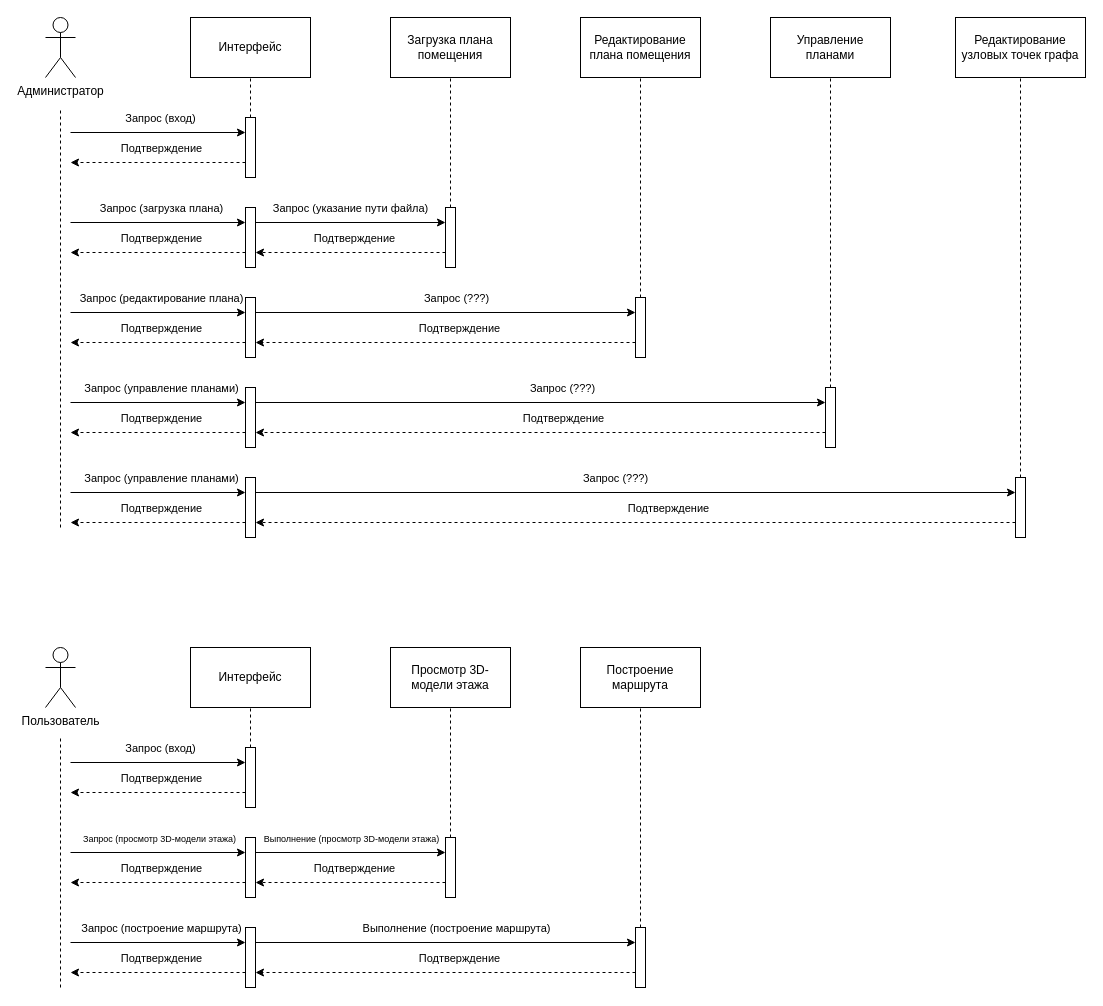
This is posled_sost.drawio from kapec2303/kartinka, a draw.io file, before an edit. Source tidied: cells renumbered, new cells numbered last; positions are measured from the earlier drawing's top-left corner, leaving out a move shared by most shapes. Both pictures are drawn from the tidied source at 100%, with x=0, y=0 at pixel (45, 17).
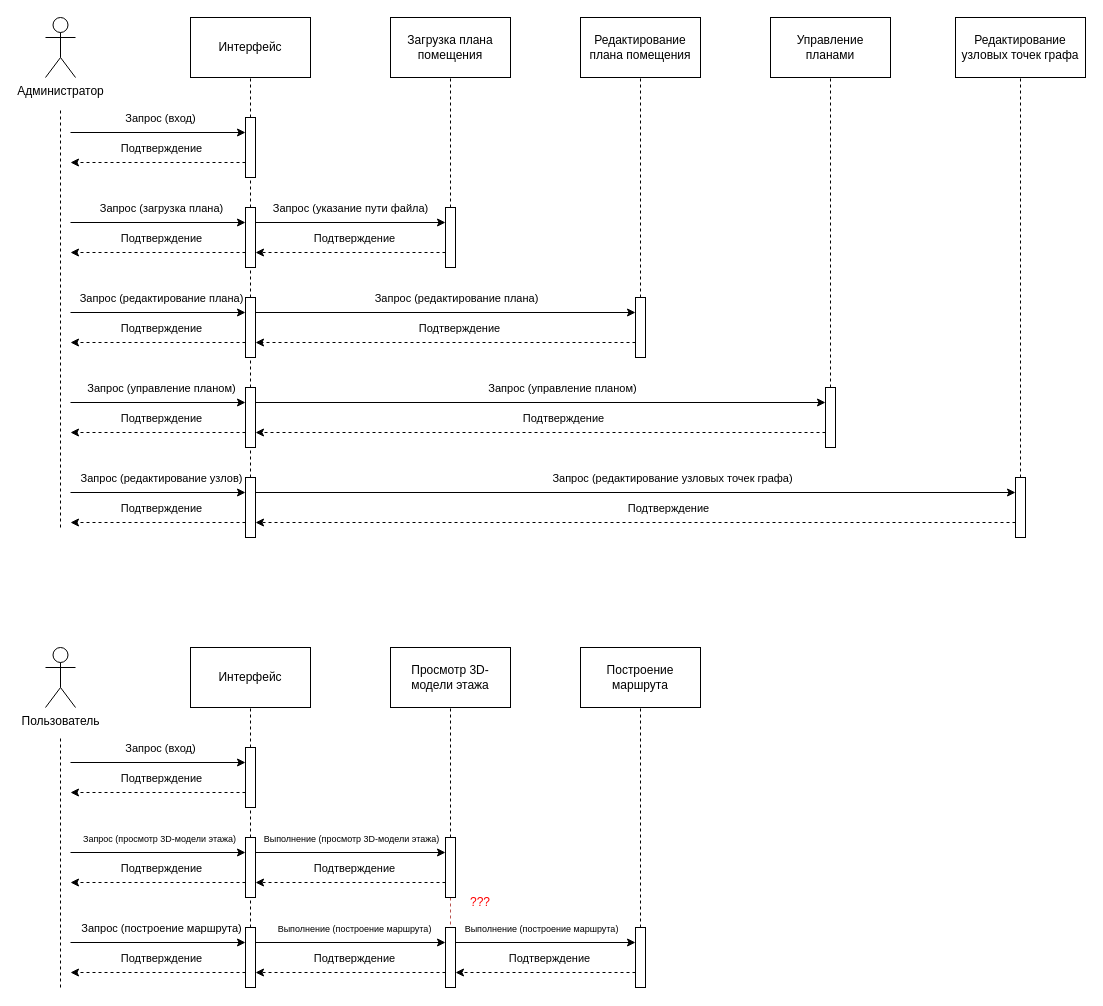
The same diagram, later.

Unchanged cells that the change refers to:
```xml
<mxCell id="3" value="Интерфейс" style="rounded=0;whiteSpace=wrap;html=1;" parent="1" vertex="1">
  <mxGeometry x="145" width="120" height="60" as="geometry" />
</mxCell>
<mxCell id="9" style="rounded=0;whiteSpace=wrap;html=1;" parent="1" vertex="1">
  <mxGeometry x="200" y="100" width="10" height="60" as="geometry" />
</mxCell>
<mxCell id="13" style="rounded=0;whiteSpace=wrap;html=1;" parent="1" vertex="1">
  <mxGeometry x="200" y="460" width="10" height="60" as="geometry" />
</mxCell>
<mxCell id="37" style="endArrow=classic;html=1;rounded=0;entryX=0;entryY=0.25;entryDx=0;entryDy=0;exitX=1;exitY=0.25;exitDx=0;exitDy=0;" parent="1" edge="1" source="11" target="17">
  <mxGeometry relative="1" as="geometry" />
</mxCell>
<mxCell id="41" style="endArrow=classic;html=1;rounded=0;entryX=0;entryY=0.25;entryDx=0;entryDy=0;" parent="1" edge="1" target="12">
  <mxGeometry relative="1" as="geometry">
    <mxPoint x="25" y="385" as="sourcePoint" />
  </mxGeometry>
</mxCell>
<mxCell id="47" style="endArrow=classic;html=1;rounded=0;entryX=0;entryY=0.25;entryDx=0;entryDy=0;exitX=1;exitY=0.25;exitDx=0;exitDy=0;" parent="1" edge="1" source="12" target="18">
  <mxGeometry relative="1" as="geometry" />
</mxCell>
<mxCell id="50" style="endArrow=classic;html=1;rounded=0;entryX=0;entryY=0.25;entryDx=0;entryDy=0;" parent="1" edge="1" target="13">
  <mxGeometry relative="1" as="geometry">
    <mxPoint x="25" y="475" as="sourcePoint" />
  </mxGeometry>
</mxCell>
<mxCell id="54" style="endArrow=classic;html=1;rounded=0;entryX=0;entryY=0.25;entryDx=0;entryDy=0;exitX=1;exitY=0.25;exitDx=0;exitDy=0;" parent="1" edge="1" source="13" target="19">
  <mxGeometry relative="1" as="geometry" />
</mxCell>
<mxCell id="60" value="Интерфейс" style="rounded=0;whiteSpace=wrap;html=1;" parent="1" vertex="1">
  <mxGeometry x="145" y="630" width="120" height="60" as="geometry" />
</mxCell>
<mxCell id="64" style="rounded=0;whiteSpace=wrap;html=1;" parent="1" vertex="1">
  <mxGeometry x="200" y="730" width="10" height="60" as="geometry" />
</mxCell>
<mxCell id="66" style="rounded=0;whiteSpace=wrap;html=1;" parent="1" vertex="1">
  <mxGeometry x="200" y="910" width="10" height="60" as="geometry" />
</mxCell>
<mxCell id="68" style="rounded=0;whiteSpace=wrap;html=1;" parent="1" vertex="1">
  <mxGeometry x="400" y="820" width="10" height="60" as="geometry" />
</mxCell>
<mxCell id="70" style="rounded=0;whiteSpace=wrap;html=1;" parent="1" vertex="1">
  <mxGeometry x="590" y="910" width="10" height="60" as="geometry" />
</mxCell>
```

Change to the diagram source:
```diff
@@
-    <mxCell id="8" style="edgeStyle=orthogonalEdgeStyle;rounded=0;jettySize=auto;html=1;exitX=0.5;exitY=0;exitDx=0;exitDy=0;entryX=0.5;entryY=1;entryDx=0;entryDy=0;endArrow=none;endFill=0;dashed=1;" parent="1" edge="1" source="9" target="3">
+    <mxCell id="8" style="edgeStyle=orthogonalEdgeStyle;rounded=0;jettySize=auto;html=1;exitX=0.5;exitY=0;exitDx=0;exitDy=0;entryX=0.5;entryY=1;entryDx=0;entryDy=0;endArrow=none;endFill=0;dashed=1;" parent="1" edge="1" source="13" target="3">
       <mxGeometry relative="1" as="geometry" />
     </mxCell>
@@
-    <mxCell id="38" value="Запрос (???)" style="edgeLabel;html=1;align=center;verticalAlign=middle;" parent="37" vertex="1">
+    <mxCell id="38" value="Запрос (редактирование плана)" style="edgeLabel;html=1;align=center;verticalAlign=middle;" parent="37" vertex="1">
       <mxGeometry x="-0.44" y="-1" relative="1" as="geometry">
         <mxPoint x="94" y="-16" as="offset" />
       </mxGeometry>
     </mxCell>
@@
-    <mxCell id="42" value="Запрос (управление планами)" style="edgeLabel;html=1;align=center;verticalAlign=middle;" parent="41" vertex="1">
+    <mxCell id="42" value="Запрос (управление планом)" style="edgeLabel;html=1;align=center;verticalAlign=middle;" parent="41" vertex="1">
       <mxGeometry x="-0.44" y="-1" relative="1" as="geometry">
         <mxPoint x="41" y="-16" as="offset" />
       </mxGeometry>
     </mxCell>
@@
-    <mxCell id="48" value="Запрос (???)" style="edgeLabel;html=1;align=center;verticalAlign=middle;" parent="47" vertex="1">
+    <mxCell id="48" value="Запрос (управление планом)" style="edgeLabel;html=1;align=center;verticalAlign=middle;" parent="47" vertex="1">
       <mxGeometry x="-0.44" y="-1" relative="1" as="geometry">
         <mxPoint x="146" y="-16" as="offset" />
       </mxGeometry>
     </mxCell>
@@
-    <mxCell id="51" value="Запрос (управление планами)" style="edgeLabel;html=1;align=center;verticalAlign=middle;" parent="50" vertex="1">
+    <mxCell id="51" value="Запрос (редактирование узлов)" style="edgeLabel;html=1;align=center;verticalAlign=middle;" parent="50" vertex="1">
       <mxGeometry x="-0.44" y="-1" relative="1" as="geometry">
         <mxPoint x="41" y="-16" as="offset" />
       </mxGeometry>
     </mxCell>
@@
-    <mxCell id="55" value="Запрос (???)" style="edgeLabel;html=1;align=center;verticalAlign=middle;" parent="54" vertex="1">
+    <mxCell id="55" value="Запрос (редактирование узловых точек графа)" style="edgeLabel;html=1;align=center;verticalAlign=middle;" parent="54" vertex="1">
       <mxGeometry x="-0.44" y="-1" relative="1" as="geometry">
-        <mxPoint x="146" y="-16" as="offset" />
+        <mxPoint x="203" y="-16" as="offset" />
       </mxGeometry>
     </mxCell>
@@
-    <mxCell id="63" style="edgeStyle=orthogonalEdgeStyle;rounded=0;jettySize=auto;html=1;exitX=0.5;exitY=0;exitDx=0;exitDy=0;entryX=0.5;entryY=1;entryDx=0;entryDy=0;endArrow=none;endFill=0;dashed=1;" parent="1" edge="1" source="64" target="60">
+    <mxCell id="63" style="edgeStyle=orthogonalEdgeStyle;rounded=0;jettySize=auto;html=1;exitX=0.5;exitY=0;exitDx=0;exitDy=0;entryX=0.5;entryY=1;entryDx=0;entryDy=0;endArrow=none;endFill=0;dashed=1;" parent="1" edge="1" source="66" target="60">
       <mxGeometry relative="1" as="geometry" />
     </mxCell>
@@
+    <mxCell id="92" style="edgeStyle=orthogonalEdgeStyle;rounded=0;jettySize=auto;html=1;exitX=0.5;exitY=1;exitDx=0;exitDy=0;entryX=0.5;entryY=0;entryDx=0;entryDy=0;endArrow=none;endFill=0;dashed=1;fillColor=#f8cecc;strokeColor=#b85450;" parent="1" edge="1" source="68" target="93">
+      <mxGeometry relative="1" as="geometry" />
+    </mxCell>
@@
-    <mxCell id="88" style="endArrow=classic;html=1;rounded=0;entryX=0;entryY=0.25;entryDx=0;entryDy=0;exitX=1;exitY=0.25;exitDx=0;exitDy=0;" parent="1" edge="1" source="66" target="70">
+    <mxCell id="88" style="endArrow=classic;html=1;rounded=0;exitX=1;exitY=0.25;exitDx=0;exitDy=0;entryX=0;entryY=0.25;entryDx=0;entryDy=0;" parent="1" edge="1" source="66" target="93">
       <mxGeometry relative="1" as="geometry" />
     </mxCell>
-    <mxCell id="89" value="Выполнение (построение маршрута)" style="edgeLabel;html=1;align=center;verticalAlign=middle;" parent="88" vertex="1">
+    <mxCell id="89" value="&lt;font style=&quot;font-size: 9px;&quot;&gt;Выполнение (построение маршрута)&lt;/font&gt;" style="edgeLabel;html=1;align=center;verticalAlign=middle;" parent="88" vertex="1">
       <mxGeometry x="-0.44" y="-1" relative="1" as="geometry">
-        <mxPoint x="94" y="-16" as="offset" />
+        <mxPoint x="45" y="-16" as="offset" />
       </mxGeometry>
     </mxCell>
-    <mxCell id="90" style="endArrow=classic;html=1;rounded=0;dashed=1;exitX=0;exitY=0.75;exitDx=0;exitDy=0;entryX=1;entryY=0.75;entryDx=0;entryDy=0;" parent="1" edge="1" source="70" target="66">
+    <mxCell id="90" style="endArrow=classic;html=1;rounded=0;dashed=1;entryX=1;entryY=0.75;entryDx=0;entryDy=0;exitX=0;exitY=0.75;exitDx=0;exitDy=0;" parent="1" edge="1" source="93" target="66">
       <mxGeometry relative="1" as="geometry" />
     </mxCell>
@@
+    <mxCell id="93" style="rounded=0;whiteSpace=wrap;html=1;" parent="1" vertex="1">
+      <mxGeometry x="400" y="910" width="10" height="60" as="geometry" />
+    </mxCell>
+    <mxCell id="94" style="endArrow=classic;html=1;rounded=0;exitX=1;exitY=0.25;exitDx=0;exitDy=0;entryX=0;entryY=0.25;entryDx=0;entryDy=0;" parent="1" edge="1" source="93" target="70">
+      <mxGeometry relative="1" as="geometry" />
+    </mxCell>
+    <mxCell id="95" value="&lt;font style=&quot;font-size: 9px;&quot;&gt;Выполнение (построение маршрута)&lt;/font&gt;" style="edgeLabel;html=1;align=center;verticalAlign=middle;" parent="94" vertex="1">
+      <mxGeometry x="-0.44" y="-1" relative="1" as="geometry">
+        <mxPoint x="35" y="-16" as="offset" />
+      </mxGeometry>
+    </mxCell>
+    <mxCell id="96" style="endArrow=classic;html=1;rounded=0;dashed=1;entryX=1;entryY=0.75;entryDx=0;entryDy=0;exitX=0;exitY=0.75;exitDx=0;exitDy=0;" parent="1" edge="1" source="70" target="93">
+      <mxGeometry relative="1" as="geometry" />
+    </mxCell>
+    <mxCell id="97" value="Подтверждение" style="edgeLabel;html=1;align=center;verticalAlign=middle;" parent="96" vertex="1">
+      <mxGeometry x="-0.1" relative="1" as="geometry">
+        <mxPoint x="-6" y="-15" as="offset" />
+      </mxGeometry>
+    </mxCell>
+    <mxCell id="98" value="&lt;font style=&quot;color: rgb(255, 0, 0);&quot;&gt;???&lt;/font&gt;" style="text;html=1;whiteSpace=wrap;strokeColor=none;fillColor=none;align=center;verticalAlign=middle;rounded=0;" parent="1" vertex="1">
+      <mxGeometry x="405" y="870" width="60" height="30" as="geometry" />
+    </mxCell>
```
